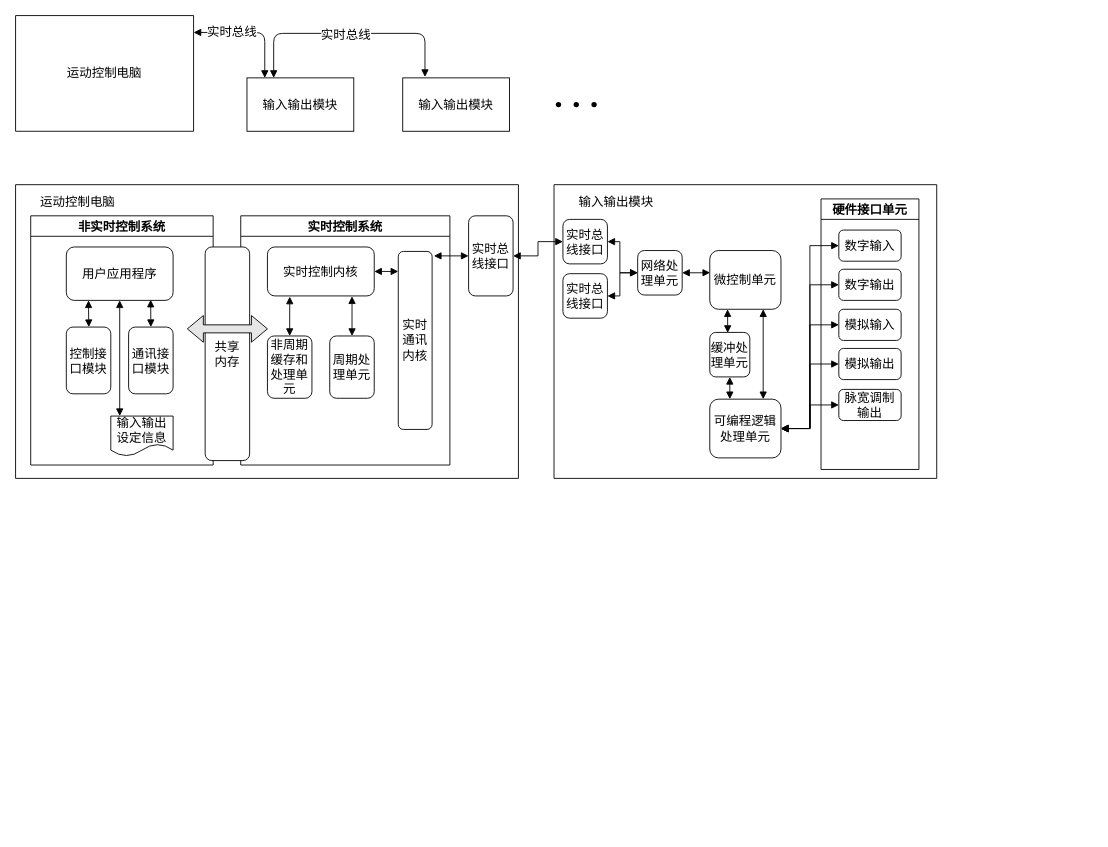
leeywin/work keeps this draw.io diagram as patent/drawing/Untitled Diagram.drawio. Above is the earlier version. Source tidied: cells renumbered, new cells numbered last; positions are measured from the earlier drawing's top-left corner, leaving out a move shared by most shapes. Both pictures are drawn from the tidied source at 89%, with x=0, y=0 at pixel (15, 15).
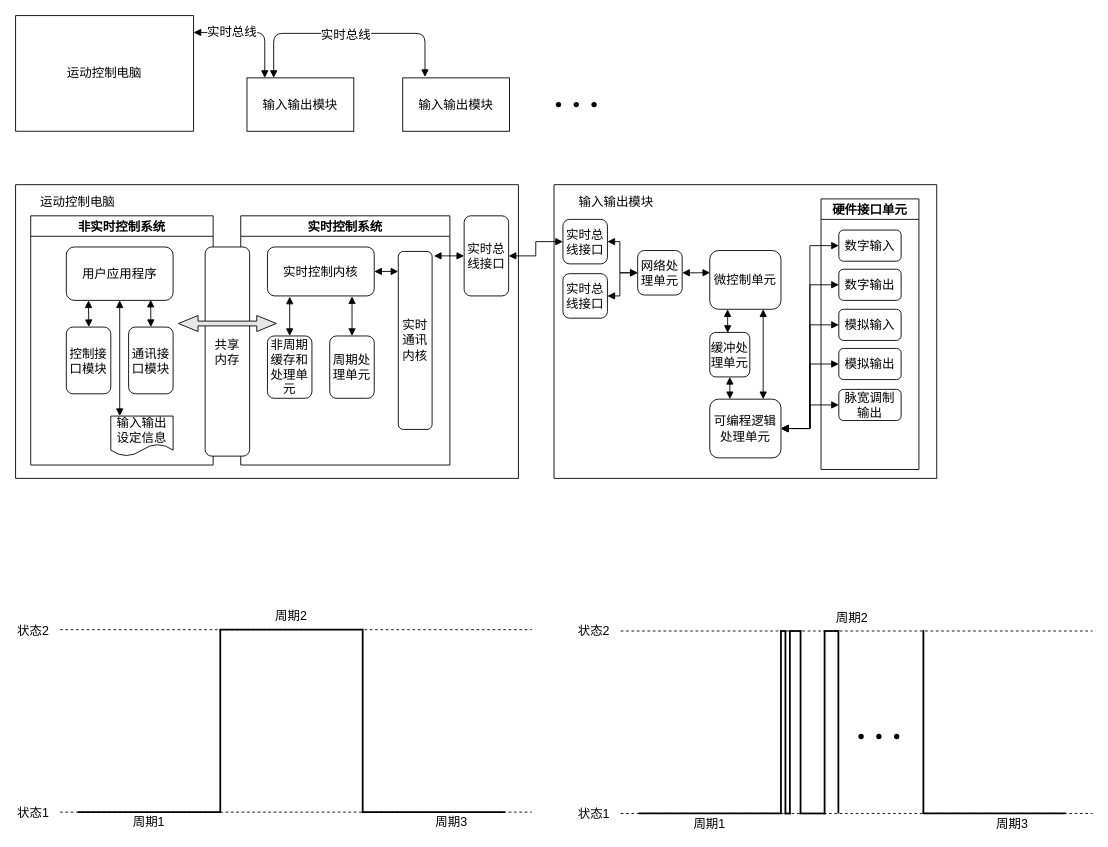
Above is the later version.

Unchanged cells that the change refers to:
```xml
<mxCell id="14" style="swimlane;startSize=0;" parent="13" vertex="1">
  <mxGeometry y="190" width="565" height="330" as="geometry" />
</mxCell>
<mxCell id="26" value="实时控制系统" style="swimlane;fontSize=14;" parent="14" vertex="1">
  <mxGeometry x="253" y="35" width="235" height="280" as="geometry" />
</mxCell>
```

Change to the diagram source:
```diff
@@
+    <mxCell id="63" style="group;" parent="1" vertex="1">
+      <mxGeometry x="590" y="80" width="80" height="40" as="geometry" />
+    </mxCell>
-    <mxCell id="10" style="shape=waypoint;sketch=0;fillStyle=solid;size=6;fillColor=none;perimeter=centerPerimeter;fontSize=14;" parent="1" vertex="1">
-      <mxGeometry x="590" y="80" width="40" height="40" as="geometry" />
+    <mxCell id="10" style="shape=waypoint;sketch=0;fillStyle=solid;size=6;fillColor=none;perimeter=centerPerimeter;fontSize=14;" parent="63" vertex="1">
+      <mxGeometry width="40" height="40" as="geometry" />
     </mxCell>
-    <mxCell id="11" style="shape=waypoint;sketch=0;fillStyle=solid;size=6;fillColor=none;perimeter=centerPerimeter;fontSize=14;" parent="1" vertex="1">
-      <mxGeometry x="610" y="80" width="40" height="40" as="geometry" />
+    <mxCell id="11" style="shape=waypoint;sketch=0;fillStyle=solid;size=6;fillColor=none;perimeter=centerPerimeter;fontSize=14;" parent="63" vertex="1">
+      <mxGeometry x="20" width="40" height="40" as="geometry" />
     </mxCell>
-    <mxCell id="12" style="shape=waypoint;sketch=0;fillStyle=solid;size=6;fillColor=none;perimeter=centerPerimeter;fontSize=14;" parent="1" vertex="1">
-      <mxGeometry x="630" y="80" width="40" height="40" as="geometry" />
+    <mxCell id="12" style="shape=waypoint;sketch=0;fillStyle=solid;size=6;fillColor=none;perimeter=centerPerimeter;fontSize=14;" parent="63" vertex="1">
+      <mxGeometry x="40" width="40" height="40" as="geometry" />
     </mxCell>
@@
     <mxCell id="25" value="实时总线接口" style="rounded=1;whiteSpace=wrap;html=1;fontSize=14;" parent="14" vertex="1">
-      <mxGeometry x="509" y="35" width="50" height="90" as="geometry" />
+      <mxGeometry x="504" y="35" width="50" height="90" as="geometry" />
     </mxCell>
@@
     <mxCell id="34" value="共享&lt;br&gt;内存" style="rounded=1;whiteSpace=wrap;html=1;fontSize=14;" parent="26" vertex="1">
-      <mxGeometry x="-40" y="35" width="50" height="240" as="geometry" />
+      <mxGeometry x="-40" y="35" width="50" height="235" as="geometry" />
     </mxCell>
     <mxCell id="35" style="shape=doubleArrow;whiteSpace=wrap;html=1;fontSize=14;fillColor=#E6E6E6;" parent="26" vertex="1">
-      <mxGeometry x="-60" y="112" width="90" height="30" as="geometry" />
+      <mxGeometry x="-70" y="112" width="110" height="18" as="geometry" />
     </mxCell>
@@
+    <mxCell id="64" style="line;strokeWidth=1;html=1;fontSize=14;fillColor=#E6E6E6;dashed=1;" parent="62" vertex="1">
+      <mxGeometry x="50" y="890" width="530" height="10" as="geometry" />
+    </mxCell>
+    <mxCell id="65" value="状态1" style="text;html=1;strokeColor=none;fillColor=none;align=center;verticalAlign=middle;whiteSpace=wrap;rounded=0;dashed=1;fontSize=14;" parent="62" vertex="1">
+      <mxGeometry y="885.5" width="40" height="20" as="geometry" />
+    </mxCell>
+    <mxCell id="66" style="line;strokeWidth=1;html=1;fontSize=14;fillColor=#E6E6E6;dashed=1;" parent="62" vertex="1">
+      <mxGeometry x="50" y="685" width="530" height="10" as="geometry" />
+    </mxCell>
+    <mxCell id="67" value="状态2" style="text;html=1;strokeColor=none;fillColor=none;align=center;verticalAlign=middle;whiteSpace=wrap;rounded=0;dashed=1;fontSize=14;" parent="62" vertex="1">
+      <mxGeometry y="680.5" width="40" height="20" as="geometry" />
+    </mxCell>
+    <mxCell id="68" style="line;strokeWidth=2;html=1;fontSize=14;fillColor=#E6E6E6;" parent="62" vertex="1">
+      <mxGeometry x="70" y="890" width="160" height="10" as="geometry" />
+    </mxCell>
+    <mxCell id="69" style="line;strokeWidth=2;direction=south;html=1;fontSize=14;fillColor=#E6E6E6;shadow=0;" parent="62" vertex="1">
+      <mxGeometry x="225" y="690" width="10" height="206" as="geometry" />
+    </mxCell>
+    <mxCell id="70" style="line;strokeWidth=2;html=1;fontSize=14;fillColor=#E6E6E6;" parent="62" vertex="1">
+      <mxGeometry x="229" y="685" width="161" height="10" as="geometry" />
+    </mxCell>
+    <mxCell id="71" style="line;strokeWidth=2;direction=south;html=1;fontSize=14;fillColor=#E6E6E6;shadow=0;" parent="62" vertex="1">
+      <mxGeometry x="385" y="689" width="10" height="206" as="geometry" />
+    </mxCell>
+    <mxCell id="72" style="line;strokeWidth=2;html=1;fontSize=14;fillColor=#E6E6E6;" parent="62" vertex="1">
+      <mxGeometry x="389" y="890" width="161" height="10" as="geometry" />
+    </mxCell>
+    <mxCell id="73" value="周期1" style="text;html=1;strokeColor=none;fillColor=none;align=center;verticalAlign=middle;whiteSpace=wrap;rounded=0;dashed=1;fontSize=14;" parent="62" vertex="1">
+      <mxGeometry x="130" y="896" width="40" height="20" as="geometry" />
+    </mxCell>
+    <mxCell id="74" value="周期2" style="text;html=1;strokeColor=none;fillColor=none;align=center;verticalAlign=middle;whiteSpace=wrap;rounded=0;dashed=1;fontSize=14;" parent="62" vertex="1">
+      <mxGeometry x="289.5" y="665" width="40" height="20" as="geometry" />
+    </mxCell>
+    <mxCell id="75" value="周期3" style="text;html=1;strokeColor=none;fillColor=none;align=center;verticalAlign=middle;whiteSpace=wrap;rounded=0;dashed=1;fontSize=14;" parent="62" vertex="1">
+      <mxGeometry x="470" y="896" width="40" height="20" as="geometry" />
+    </mxCell>
+    <mxCell id="76" style="line;strokeWidth=1;html=1;fontSize=14;fillColor=#E6E6E6;dashed=1;" parent="62" vertex="1">
+      <mxGeometry x="680" y="891.5" width="530" height="10" as="geometry" />
+    </mxCell>
+    <mxCell id="77" value="状态1" style="text;html=1;strokeColor=none;fillColor=none;align=center;verticalAlign=middle;whiteSpace=wrap;rounded=0;dashed=1;fontSize=14;" parent="62" vertex="1">
+      <mxGeometry x="630" y="887" width="40" height="20" as="geometry" />
+    </mxCell>
+    <mxCell id="78" style="line;strokeWidth=1;html=1;fontSize=14;fillColor=#E6E6E6;dashed=1;" parent="62" vertex="1">
+      <mxGeometry x="680" y="686.5" width="530" height="10" as="geometry" />
+    </mxCell>
+    <mxCell id="79" value="状态2" style="text;html=1;strokeColor=none;fillColor=none;align=center;verticalAlign=middle;whiteSpace=wrap;rounded=0;dashed=1;fontSize=14;" parent="62" vertex="1">
+      <mxGeometry x="630" y="682" width="40" height="20" as="geometry" />
+    </mxCell>
+    <mxCell id="80" style="line;strokeWidth=2;html=1;fontSize=14;fillColor=#E6E6E6;" parent="62" vertex="1">
+      <mxGeometry x="700" y="891.5" width="160" height="10" as="geometry" />
+    </mxCell>
+    <mxCell id="81" style="line;strokeWidth=2;direction=south;html=1;fontSize=14;fillColor=#E6E6E6;shadow=0;" parent="62" vertex="1">
+      <mxGeometry x="855" y="691.5" width="10" height="206" as="geometry" />
+    </mxCell>
+    <mxCell id="82" style="line;strokeWidth=2;direction=south;html=1;fontSize=14;fillColor=#E6E6E6;shadow=0;" parent="62" vertex="1">
+      <mxGeometry x="1015" y="690.5" width="10" height="206" as="geometry" />
+    </mxCell>
+    <mxCell id="83" style="line;strokeWidth=2;html=1;fontSize=14;fillColor=#E6E6E6;" parent="62" vertex="1">
+      <mxGeometry x="1019" y="891.5" width="161" height="10" as="geometry" />
+    </mxCell>
+    <mxCell id="84" value="周期1" style="text;html=1;strokeColor=none;fillColor=none;align=center;verticalAlign=middle;whiteSpace=wrap;rounded=0;dashed=1;fontSize=14;" parent="62" vertex="1">
+      <mxGeometry x="760" y="897.5" width="40" height="20" as="geometry" />
+    </mxCell>
+    <mxCell id="85" value="周期2" style="text;html=1;strokeColor=none;fillColor=none;align=center;verticalAlign=middle;whiteSpace=wrap;rounded=0;dashed=1;fontSize=14;" parent="62" vertex="1">
+      <mxGeometry x="919.5" y="666.5" width="40" height="20" as="geometry" />
+    </mxCell>
+    <mxCell id="86" value="周期3" style="text;html=1;strokeColor=none;fillColor=none;align=center;verticalAlign=middle;whiteSpace=wrap;rounded=0;dashed=1;fontSize=14;" parent="62" vertex="1">
+      <mxGeometry x="1100" y="897.5" width="40" height="20" as="geometry" />
+    </mxCell>
+    <mxCell id="87" style="line;strokeWidth=2;direction=south;html=1;fontSize=14;fillColor=#E6E6E6;shadow=0;" parent="62" vertex="1">
+      <mxGeometry x="860" y="691.5" width="10" height="206" as="geometry" />
+    </mxCell>
+    <mxCell id="88" style="line;strokeWidth=2;direction=south;html=1;fontSize=14;fillColor=#E6E6E6;shadow=0;" parent="62" vertex="1">
+      <mxGeometry x="865" y="691.5" width="10" height="206" as="geometry" />
+    </mxCell>
+    <mxCell id="89" style="line;strokeWidth=2;html=1;shadow=0;fontSize=14;fillColor=#E6E6E6;" parent="62" vertex="1">
+      <mxGeometry x="859" y="690" width="7" height="3" as="geometry" />
+    </mxCell>
+    <mxCell id="90" style="line;strokeWidth=2;html=1;shadow=0;fontSize=14;fillColor=#E6E6E6;" parent="62" vertex="1">
+      <mxGeometry x="864" y="895" width="7" height="3" as="geometry" />
+    </mxCell>
+    <mxCell id="91" style="line;strokeWidth=2;html=1;shadow=0;fontSize=14;fillColor=#E6E6E6;" parent="62" vertex="1">
+      <mxGeometry x="869" y="690" width="14" height="3" as="geometry" />
+    </mxCell>
+    <mxCell id="92" style="line;strokeWidth=2;direction=south;html=1;fontSize=14;fillColor=#E6E6E6;shadow=0;" parent="62" vertex="1">
+      <mxGeometry x="877" y="691" width="10" height="206" as="geometry" />
+    </mxCell>
+    <mxCell id="93" style="line;strokeWidth=2;html=1;shadow=0;fontSize=14;fillColor=#E6E6E6;" parent="62" vertex="1">
+      <mxGeometry x="881" y="895" width="29" height="3" as="geometry" />
+    </mxCell>
+    <mxCell id="94" style="line;strokeWidth=2;direction=south;html=1;fontSize=14;fillColor=#E6E6E6;shadow=0;" parent="62" vertex="1">
+      <mxGeometry x="904" y="691.5" width="10" height="206" as="geometry" />
+    </mxCell>
+    <mxCell id="95" style="line;strokeWidth=2;html=1;shadow=0;fontSize=14;fillColor=#E6E6E6;" parent="62" vertex="1">
+      <mxGeometry x="908" y="685" width="16" height="13" as="geometry" />
+    </mxCell>
+    <mxCell id="96" style="group;" parent="62" vertex="1">
+      <mxGeometry x="930" y="790" width="80" height="40" as="geometry" />
+    </mxCell>
+    <mxCell id="97" style="shape=waypoint;sketch=0;fillStyle=solid;size=6;fillColor=none;perimeter=centerPerimeter;fontSize=14;" parent="96" vertex="1">
+      <mxGeometry width="40" height="40" as="geometry" />
+    </mxCell>
+    <mxCell id="98" style="shape=waypoint;sketch=0;fillStyle=solid;size=6;fillColor=none;perimeter=centerPerimeter;fontSize=14;" parent="96" vertex="1">
+      <mxGeometry x="20" width="40" height="40" as="geometry" />
+    </mxCell>
+    <mxCell id="99" style="shape=waypoint;sketch=0;fillStyle=solid;size=6;fillColor=none;perimeter=centerPerimeter;fontSize=14;" parent="96" vertex="1">
+      <mxGeometry x="40" width="40" height="40" as="geometry" />
+    </mxCell>
+    <mxCell id="100" style="line;strokeWidth=2;direction=south;html=1;fontSize=14;fillColor=#E6E6E6;shadow=0;" parent="62" vertex="1">
+      <mxGeometry x="919.5" y="690.5" width="10" height="206" as="geometry" />
+    </mxCell>
```
